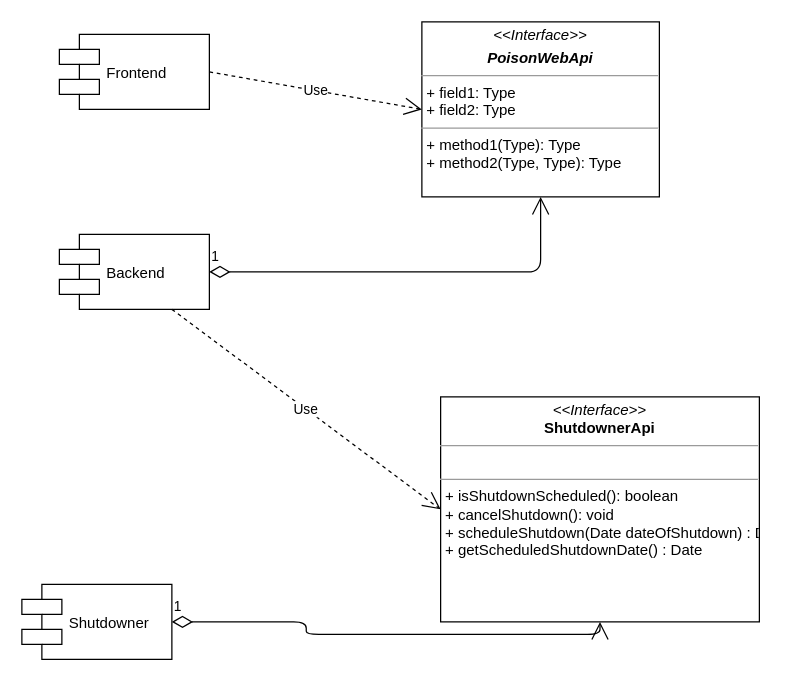
Earlier version of the draw.io diagram doc/global.conception.drawio.xml (davesherby/poison). Source tidied: cells renumbered, new cells numbered last; positions are measured from the earlier drawing's top-left corner, leaving out a move shared by most shapes. Both pictures are drawn from the tidied source at 125%, with x=0, y=0 at pixel (21, 21).
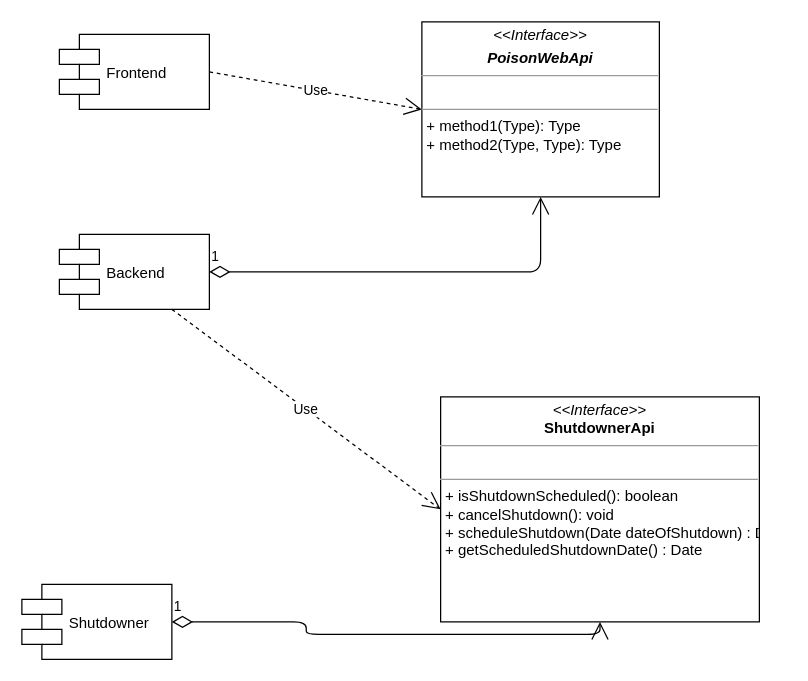
After the change.

What changed in the source:
```diff
@@
 <mxGraphModel background="#ffffff">
   <root>
     <mxCell id="0" />
     <mxCell id="1" parent="0" />
     <mxCell id="2" value="Shutdowner" style="shape=component;align=left;spacingLeft=36;" parent="1" vertex="1">
       <mxGeometry y="450" width="120" height="60" as="geometry" />
     </mxCell>
     <mxCell id="3" value="Backend" style="shape=component;align=left;spacingLeft=36;" parent="1" vertex="1">
       <mxGeometry x="30" y="170" width="120" height="60" as="geometry" />
     </mxCell>
     <mxCell id="4" value="Frontend" style="shape=component;align=left;spacingLeft=36;" parent="1" vertex="1">
       <mxGeometry x="30" y="10" width="120" height="60" as="geometry" />
     </mxCell>
-    <mxCell id="5" value="&lt;p style=&quot;margin: 0px ; margin-top: 4px ; text-align: center&quot;&gt;&lt;i&gt;&amp;lt;&amp;lt;Interface&amp;gt;&amp;gt;&lt;b&gt;&lt;br&gt;&lt;/b&gt;&lt;/i&gt;&lt;/p&gt;&lt;p style=&quot;margin: 0px ; margin-top: 4px ; text-align: center&quot;&gt;&lt;i&gt;&lt;b&gt;PoisonWebApi&lt;/b&gt;&lt;/i&gt;&lt;/p&gt;&lt;hr size=&quot;1&quot;&gt;&lt;p style=&quot;margin: 0px ; margin-left: 4px&quot;&gt;+ field1: Type&lt;br&gt;+ field2: Type&lt;/p&gt;&lt;hr size=&quot;1&quot;&gt;&lt;p style=&quot;margin: 0px ; margin-left: 4px&quot;&gt;+ method1(Type): Type&lt;br&gt;+ method2(Type, Type): Type&lt;/p&gt;" style="verticalAlign=top;align=left;overflow=fill;fontSize=12;fontFamily=Helvetica;html=1;" parent="1" vertex="1">
+    <mxCell id="5" value="&lt;p style=&quot;margin: 0px ; margin-top: 4px ; text-align: center&quot;&gt;&lt;i&gt;&amp;lt;&amp;lt;Interface&amp;gt;&amp;gt;&lt;b&gt;&lt;br&gt;&lt;/b&gt;&lt;/i&gt;&lt;/p&gt;&lt;p style=&quot;margin: 0px ; margin-top: 4px ; text-align: center&quot;&gt;&lt;i&gt;&lt;b&gt;PoisonWebApi&lt;/b&gt;&lt;/i&gt;&lt;/p&gt;&lt;hr size=&quot;1&quot;&gt;&lt;p style=&quot;margin: 0px ; margin-left: 4px&quot;&gt;&lt;br&gt;&lt;/p&gt;&lt;hr size=&quot;1&quot;&gt;&lt;p style=&quot;margin: 0px ; margin-left: 4px&quot;&gt;+ method1(Type): Type&lt;br&gt;+ method2(Type, Type): Type&lt;/p&gt;" style="verticalAlign=top;align=left;overflow=fill;fontSize=12;fontFamily=Helvetica;html=1;" parent="1" vertex="1">
       <mxGeometry x="320" width="190" height="140" as="geometry" />
     </mxCell>
     <mxCell id="6" value="1" style="endArrow=open;html=1;endSize=12;startArrow=diamondThin;startSize=14;startFill=0;edgeStyle=orthogonalEdgeStyle;align=left;verticalAlign=bottom;" parent="1" edge="1" source="3" target="5">
       <mxGeometry x="-1" y="3" relative="1" as="geometry" />
     </mxCell>
     <mxCell id="7" value="&lt;p style=&quot;margin: 0px ; margin-top: 4px ; text-align: center&quot;&gt;&lt;i&gt;&amp;lt;&amp;lt;Interface&amp;gt;&amp;gt;&lt;/i&gt;&lt;br&gt;&lt;b&gt;ShutdownerApi&lt;/b&gt;&lt;/p&gt;&lt;hr size=&quot;1&quot;&gt;&lt;p style=&quot;margin: 0px ; margin-left: 4px&quot;&gt;&lt;br&gt;&lt;/p&gt;&lt;hr size=&quot;1&quot;&gt;&lt;p style=&quot;margin: 0px ; margin-left: 4px&quot;&gt;+ isShutdownScheduled(): boolean&lt;br&gt;+ cancelShutdown(): void&lt;/p&gt;&lt;p style=&quot;margin: 0px ; margin-left: 4px&quot;&gt;+ scheduleShutdown(Date dateOfShutdown) : Date&lt;/p&gt;&lt;p style=&quot;margin: 0px ; margin-left: 4px&quot;&gt;+ getScheduledShutdownDate() : Date&lt;br&gt;&lt;/p&gt;" style="verticalAlign=top;align=left;overflow=fill;fontSize=12;fontFamily=Helvetica;html=1;" parent="1" vertex="1">
       <mxGeometry x="335" y="300" width="255" height="180" as="geometry" />
     </mxCell>
     <mxCell id="8" value="1" style="endArrow=open;html=1;endSize=12;startArrow=diamondThin;startSize=14;startFill=0;edgeStyle=orthogonalEdgeStyle;align=left;verticalAlign=bottom;entryX=0.5;entryY=1;exitX=1;exitY=0.5;" parent="1" edge="1" source="2" target="7">
       <mxGeometry x="-1" y="3" relative="1" as="geometry" />
     </mxCell>
     <mxCell id="9" value="Use" style="endArrow=open;endSize=12;dashed=1;html=1;exitX=1;exitY=0.5;entryX=0;entryY=0.5;" parent="1" edge="1" source="4" target="5">
       <mxGeometry relative="1" as="geometry" />
     </mxCell>
     <mxCell id="10" value="Use" style="endArrow=open;endSize=12;dashed=1;html=1;exitX=0.75;exitY=1;entryX=0;entryY=0.5;" parent="1" edge="1" source="3" target="7">
       <mxGeometry relative="1" as="geometry" />
     </mxCell>
   </root>
 </mxGraphModel>
```
